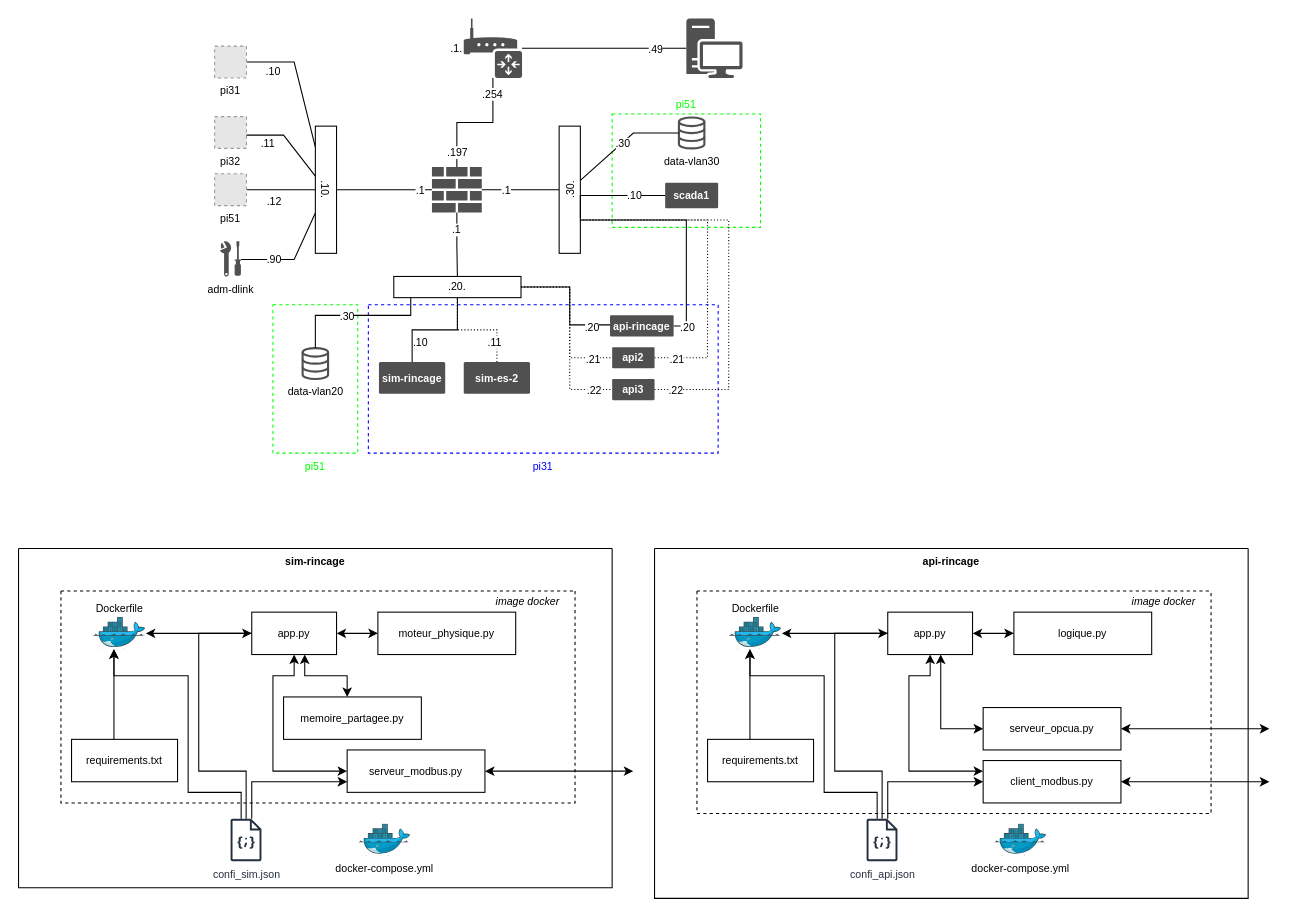
Above: page "Logique" (1 of 2) of documentation/archi_plateforme.drawio in thibault-leblanc/sii (draw.io), before the change. Source tidied: cells renumbered, new cells numbered last; positions are measured from the earlier drawing's top-left corner, leaving out a move shared by most shapes. Both pictures are drawn from the tidied source at 106%, with x=0, y=0 at pixel (18, 18). Pictures stored in the file or linked from it are replaced by grey dashed boxes.
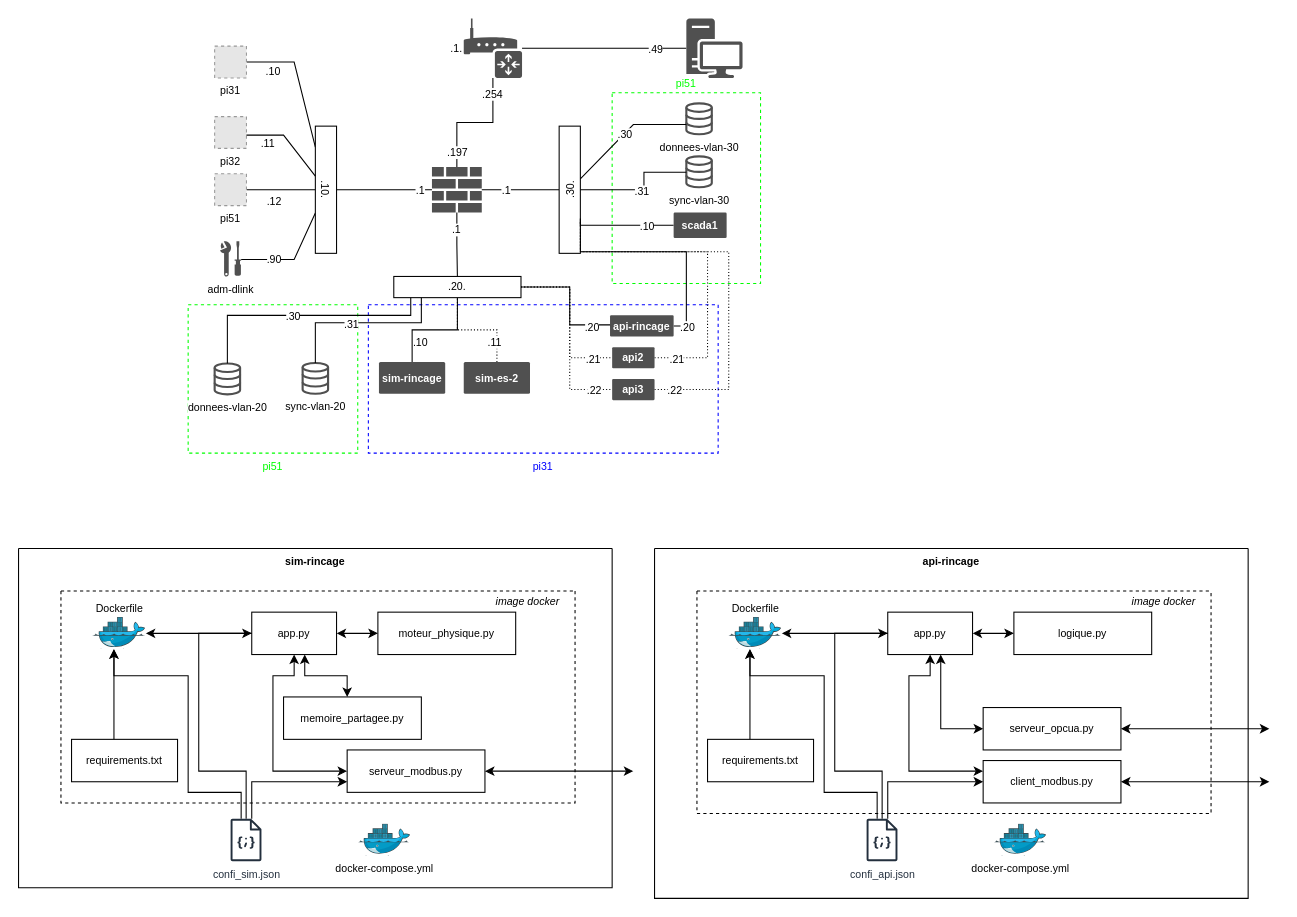
After the change.

The change refers to these unchanged cells:
```xml
<mxCell id="33" value=".20." style="rounded=0;whiteSpace=wrap;html=1;fontSize=10;" parent="1" vertex="1">
  <mxGeometry x="354" y="243.3" width="120" height="20" as="geometry" />
</mxCell>
<mxCell id="42" value=".30." style="rounded=0;whiteSpace=wrap;html=1;rotation=-90;fontSize=10;" parent="1" vertex="1">
  <mxGeometry x="460" y="151.5" width="120" height="20" as="geometry" />
</mxCell>
<mxCell id="52" value="api-rincage" style="rounded=1;arcSize=5;fillColor=light-dark(#505050, #51a8ff);strokeColor=none;fontColor=#ffffff;align=center;verticalAlign=middle;whiteSpace=wrap;fontSize=10;fontStyle=1;html=1;sketch=0;" parent="1" vertex="1">
  <mxGeometry x="558" y="280" width="60" height="20" as="geometry" />
</mxCell>
<mxCell id="53" value="api2" style="rounded=1;arcSize=5;fillColor=light-dark(#505050, #51a8ff);strokeColor=none;fontColor=#ffffff;align=center;verticalAlign=middle;whiteSpace=wrap;fontSize=10;fontStyle=1;html=1;sketch=0;gradientColor=none;fillStyle=auto;" parent="1" vertex="1">
  <mxGeometry x="560" y="310" width="40" height="20" as="geometry" />
</mxCell>
<mxCell id="54" value="api3" style="rounded=1;arcSize=5;fillColor=light-dark(#505050, #51a8ff);strokeColor=none;fontColor=#ffffff;align=center;verticalAlign=middle;whiteSpace=wrap;fontSize=10;fontStyle=1;html=1;sketch=0;gradientColor=none;fillStyle=auto;" parent="1" vertex="1">
  <mxGeometry x="560" y="340" width="40" height="20" as="geometry" />
</mxCell>
```

What changed in the source:
```diff
@@
     <mxCell id="2" value="pi51" style="rounded=0;whiteSpace=wrap;html=1;fillColor=none;dashed=1;labelPosition=center;verticalLabelPosition=bottom;align=center;verticalAlign=top;fontColor=#00FF00;strokeColor=#00FF00;fontSize=10;" parent="1" vertex="1">
-      <mxGeometry x="240" y="270" width="80" height="140" as="geometry" />
+      <mxGeometry x="160" y="270" width="160" height="140" as="geometry" />
     </mxCell>
     <mxCell id="3" value="pi51" style="rounded=0;whiteSpace=wrap;html=1;fillColor=none;dashed=1;labelPosition=center;verticalLabelPosition=top;align=center;verticalAlign=bottom;fontColor=#00FF00;strokeColor=#00FF00;fontSize=10;" parent="1" vertex="1">
-      <mxGeometry x="560" y="90" width="140" height="107" as="geometry" />
+      <mxGeometry x="560" y="70" width="140" height="180" as="geometry" />
     </mxCell>
@@
     <mxCell id="30" style="edgeStyle=orthogonalEdgeStyle;rounded=0;jettySize=auto;html=1;endArrow=none;endFill=0;entryX=0.25;entryY=1;entryDx=0;entryDy=0;exitX=1;exitY=0.5;exitDx=0;exitDy=0;fontSize=10;" parent="1" edge="1" source="52" target="42">
       <mxGeometry relative="1" as="geometry">
         <Array as="points">
           <mxPoint x="630" y="290" />
-          <mxPoint x="630" y="190" />
-          <mxPoint x="530" y="190" />
+          <mxPoint x="630" y="220" />
+          <mxPoint x="530" y="220" />
         </Array>
       </mxGeometry>
     </mxCell>
@@
     <mxCell id="44" style="edgeStyle=orthogonalEdgeStyle;rounded=0;jettySize=auto;html=1;endArrow=none;endFill=0;entryX=0.25;entryY=1;entryDx=0;entryDy=0;exitX=1;exitY=0.5;exitDx=0;exitDy=0;dashed=1;dashPattern=1 2;fontSize=10;" parent="1" edge="1" source="53" target="42">
       <mxGeometry relative="1" as="geometry">
         <Array as="points">
           <mxPoint x="650" y="320" />
-          <mxPoint x="650" y="190" />
-          <mxPoint x="530" y="190" />
+          <mxPoint x="650" y="220" />
+          <mxPoint x="530" y="220" />
         </Array>
       </mxGeometry>
     </mxCell>
@@
     <mxCell id="46" style="edgeStyle=orthogonalEdgeStyle;rounded=0;jettySize=auto;html=1;endArrow=none;endFill=0;entryX=0.25;entryY=1;entryDx=0;entryDy=0;exitX=1;exitY=0.5;exitDx=0;exitDy=0;dashed=1;dashPattern=1 2;fontSize=10;" parent="1" edge="1" source="54" target="42">
       <mxGeometry relative="1" as="geometry">
         <Array as="points">
           <mxPoint x="670" y="350" />
-          <mxPoint x="670" y="190" />
-          <mxPoint x="530" y="190" />
+          <mxPoint x="670" y="220" />
+          <mxPoint x="530" y="220" />
         </Array>
       </mxGeometry>
     </mxCell>
@@
     <mxCell id="48" style="edgeStyle=orthogonalEdgeStyle;rounded=0;jettySize=auto;html=1;endArrow=none;endFill=0;fontSize=10;" parent="1" edge="1" source="51">
       <mxGeometry relative="1" as="geometry">
         <mxPoint x="530" y="188.6" as="targetPoint" />
         <Array as="points">
-          <mxPoint x="530" y="167" />
+          <mxPoint x="530" y="195" />
         </Array>
       </mxGeometry>
     </mxCell>
@@
     <mxCell id="51" value="scada1" style="rounded=1;arcSize=5;fillColor=light-dark(#505050, #51a8ff);strokeColor=none;fontColor=#ffffff;align=center;verticalAlign=middle;whiteSpace=wrap;fontSize=10;fontStyle=1;html=1;sketch=0;" parent="1" vertex="1">
-      <mxGeometry x="610" y="154.9" width="50" height="24" as="geometry" />
+      <mxGeometry x="618" y="183" width="50" height="24" as="geometry" />
     </mxCell>
@@
-    <mxCell id="96" value="data-vlan20" style="html=1;verticalLabelPosition=bottom;align=center;labelBackgroundColor=#ffffff;verticalAlign=top;strokeWidth=2;strokeColor=#505050;shadow=0;dashed=0;shape=mxgraph.ios7.icons.data;fontSize=10;" parent="1" vertex="1">
-      <mxGeometry x="268" y="310.9" width="24" height="29.1" as="geometry" />
+    <mxCell id="96" value="donnees-vlan-20" style="html=1;verticalLabelPosition=bottom;align=center;labelBackgroundColor=#ffffff;verticalAlign=top;strokeWidth=2;strokeColor=#505050;shadow=0;dashed=0;shape=mxgraph.ios7.icons.data;fontSize=10;" parent="1" vertex="1">
+      <mxGeometry x="185" y="325.4" width="24" height="29.1" as="geometry" />
     </mxCell>
@@
     <mxCell id="100" style="edgeStyle=orthogonalEdgeStyle;rounded=0;jettySize=auto;html=1;endArrow=none;endFill=0;fontSize=10;" parent="1" edge="1" source="33" target="96">
       <mxGeometry relative="1" as="geometry">
         <Array as="points">
           <mxPoint x="370" y="280" />
-          <mxPoint x="280" y="280" />
+          <mxPoint x="197" y="280" />
         </Array>
       </mxGeometry>
     </mxCell>
@@
-    <mxCell id="102" value="data-vlan30" style="html=1;verticalLabelPosition=bottom;align=center;labelBackgroundColor=#ffffff;verticalAlign=top;strokeWidth=2;strokeColor=#505050;shadow=0;dashed=0;shape=mxgraph.ios7.icons.data;fontSize=10;" parent="1" vertex="1">
-      <mxGeometry x="623" y="93.4" width="24" height="29.1" as="geometry" />
+    <mxCell id="102" value="donnees-vlan-30" style="html=1;verticalLabelPosition=bottom;align=center;labelBackgroundColor=#ffffff;verticalAlign=top;strokeWidth=2;strokeColor=#505050;shadow=0;dashed=0;shape=mxgraph.ios7.icons.data;fontSize=10;" parent="1" vertex="1">
+      <mxGeometry x="630" y="80" width="24" height="29.1" as="geometry" />
     </mxCell>
     <mxCell id="103" style="edgeStyle=orthogonalEdgeStyle;rounded=0;jettySize=auto;html=1;endArrow=none;endFill=0;fontSize=10;" parent="1" edge="1" source="42" target="102">
       <mxGeometry relative="1" as="geometry">
         <Array as="points">
-          <mxPoint x="580" y="108" />
+          <mxPoint x="580" y="100" />
         </Array>
       </mxGeometry>
     </mxCell>
@@
+    <mxCell id="105" value="sync-vlan-20" style="html=1;verticalLabelPosition=bottom;align=center;labelBackgroundColor=#ffffff;verticalAlign=top;strokeWidth=2;strokeColor=#505050;shadow=0;dashed=0;shape=mxgraph.ios7.icons.data;fontSize=10;" parent="1" vertex="1">
+      <mxGeometry x="268" y="324.9" width="24" height="29.1" as="geometry" />
+    </mxCell>
+    <mxCell id="106" style="edgeStyle=orthogonalEdgeStyle;rounded=0;jettySize=auto;html=1;endArrow=none;endFill=0;fontSize=10;" parent="1" edge="1" source="33" target="105">
+      <mxGeometry relative="1" as="geometry">
+        <Array as="points">
+          <mxPoint x="380" y="287" />
+          <mxPoint x="280" y="287" />
+        </Array>
+      </mxGeometry>
+    </mxCell>
+    <mxCell id="107" value=".31" style="edgeLabel;html=1;align=center;verticalAlign=middle;fontSize=10;" parent="106" vertex="1">
+      <mxGeometry x="0.05" y="-2" relative="1" as="geometry">
+        <mxPoint x="-5" y="2" as="offset" />
+      </mxGeometry>
+    </mxCell>
+    <mxCell id="108" value="sync-vlan-30" style="html=1;verticalLabelPosition=bottom;align=center;labelBackgroundColor=#ffffff;verticalAlign=top;strokeWidth=2;strokeColor=#505050;shadow=0;dashed=0;shape=mxgraph.ios7.icons.data;fontSize=10;" parent="1" vertex="1">
+      <mxGeometry x="630" y="130" width="24" height="29.1" as="geometry" />
+    </mxCell>
+    <mxCell id="109" style="edgeStyle=orthogonalEdgeStyle;rounded=0;jettySize=auto;html=1;endArrow=none;endFill=0;fontSize=10;" parent="1" edge="1" source="42" target="108">
+      <mxGeometry relative="1" as="geometry">
+        <Array as="points">
+          <mxPoint x="590" y="161" />
+          <mxPoint x="590" y="145" />
+        </Array>
+      </mxGeometry>
+    </mxCell>
+    <mxCell id="110" value=".31" style="edgeLabel;html=1;align=center;verticalAlign=middle;fontSize=10;" parent="109" vertex="1">
+      <mxGeometry x="0.05" y="-2" relative="1" as="geometry">
+        <mxPoint x="-5" y="2" as="offset" />
+      </mxGeometry>
+    </mxCell>
```
